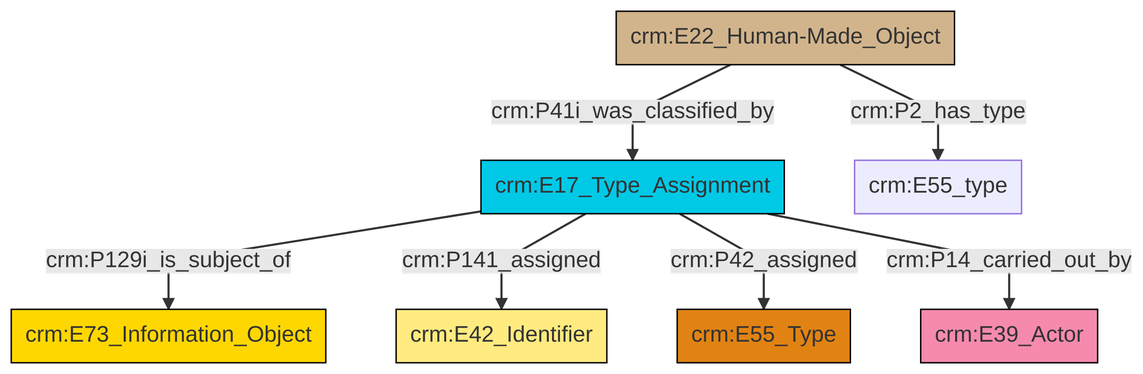
swiss-art-research-net/reference-data-models keeps this Mermaid diagram as et/builtWorkCSV/ttl/mmd/png/Built_Work_designation_status.png. Above is the earlier version. Its source is kept beside it as et/builtWorkCSV/ttl/mmd/Built_Work_designation_status.ttl.mmd.
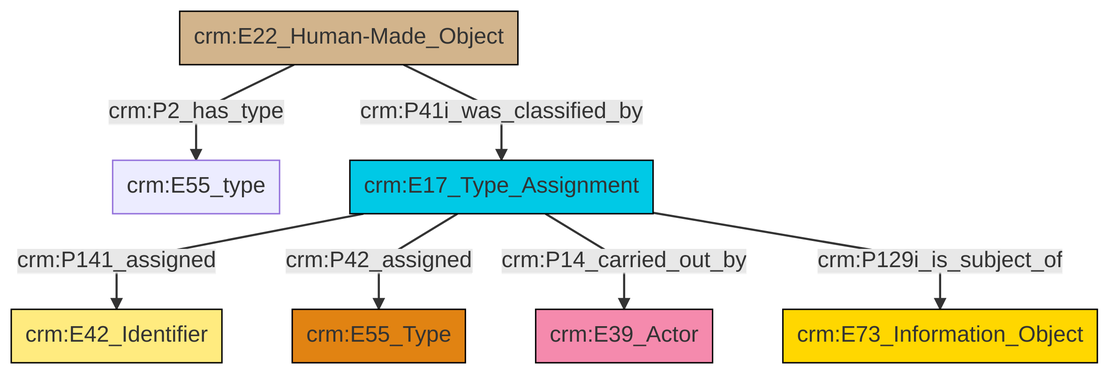
The same diagram one commit later.

Change to the diagram source:
```diff
@@ -13,9 +13,9 @@
 classDef PC_Classes fill:#4ce600, stroke:#000000;
 classDef Multi fill:#cccccc,stroke:#000000;
 
-0["crm:E17_Type_Assignment"]:::Temporal_Entity -->|crm:P129i_is_subject_of| 2["crm:E73_Information_Object"]:::Conceptual_Object
-3["crm:E22_Human-Made_Object"]:::Physical_Thing -->|crm:P41i_was_classified_by| 0["crm:E17_Type_Assignment"]:::Temporal_Entity
-0["crm:E17_Type_Assignment"]:::Temporal_Entity -->|crm:P141_assigned| 4["crm:E42_Identifier"]:::Appellation
-0["crm:E17_Type_Assignment"]:::Temporal_Entity -->|crm:P42_assigned| 8["crm:E55_Type"]:::Type
-3["crm:E22_Human-Made_Object"]:::Physical_Thing -->|crm:P2_has_type| 10["crm:E55_type"]:::Default
-0["crm:E17_Type_Assignment"]:::Temporal_Entity -->|crm:P14_carried_out_by| 6["crm:E39_Actor"]:::Actor
+2["crm:E22_Human-Made_Object"]:::Physical_Thing -->|crm:P2_has_type| 3["crm:E55_type"]:::Default
+6["crm:E17_Type_Assignment"]:::Temporal_Entity -->|crm:P141_assigned| 7["crm:E42_Identifier"]:::Appellation
+6["crm:E17_Type_Assignment"]:::Temporal_Entity -->|crm:P42_assigned| 8["crm:E55_Type"]:::Type
+6["crm:E17_Type_Assignment"]:::Temporal_Entity -->|crm:P14_carried_out_by| 4["crm:E39_Actor"]:::Actor
+6["crm:E17_Type_Assignment"]:::Temporal_Entity -->|crm:P129i_is_subject_of| 0["crm:E73_Information_Object"]:::Conceptual_Object
+2["crm:E22_Human-Made_Object"]:::Physical_Thing -->|crm:P41i_was_classified_by| 6["crm:E17_Type_Assignment"]:::Temporal_Entity
```
